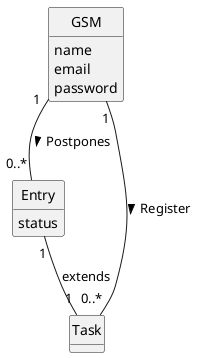
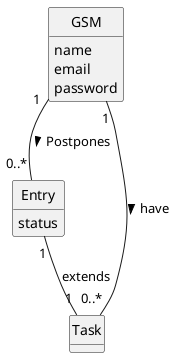
@startuml
skinparam monochrome true
skinparam packageStyle rectangle
skinparam shadowing false

'left to right direction

skinparam classAttributeIconSize 0

hide circle
hide methods

'title Domain Model

'class Platform {
'  -description
'}

class GSM {
name
email
password
}


class Entry{
    status

}

class Task{

}



'Platform "1" -- "*" Organization : has registered >
'Platform "1" -- "*" Category : defines >
- GSM "1" -- "0..*" Task : Register >
+ GSM "1" -- "0..*" Task : have >
GSM "1" -- "0..*" Entry : Postpones >
Entry "1" -- "1" Task : extends

@enduml